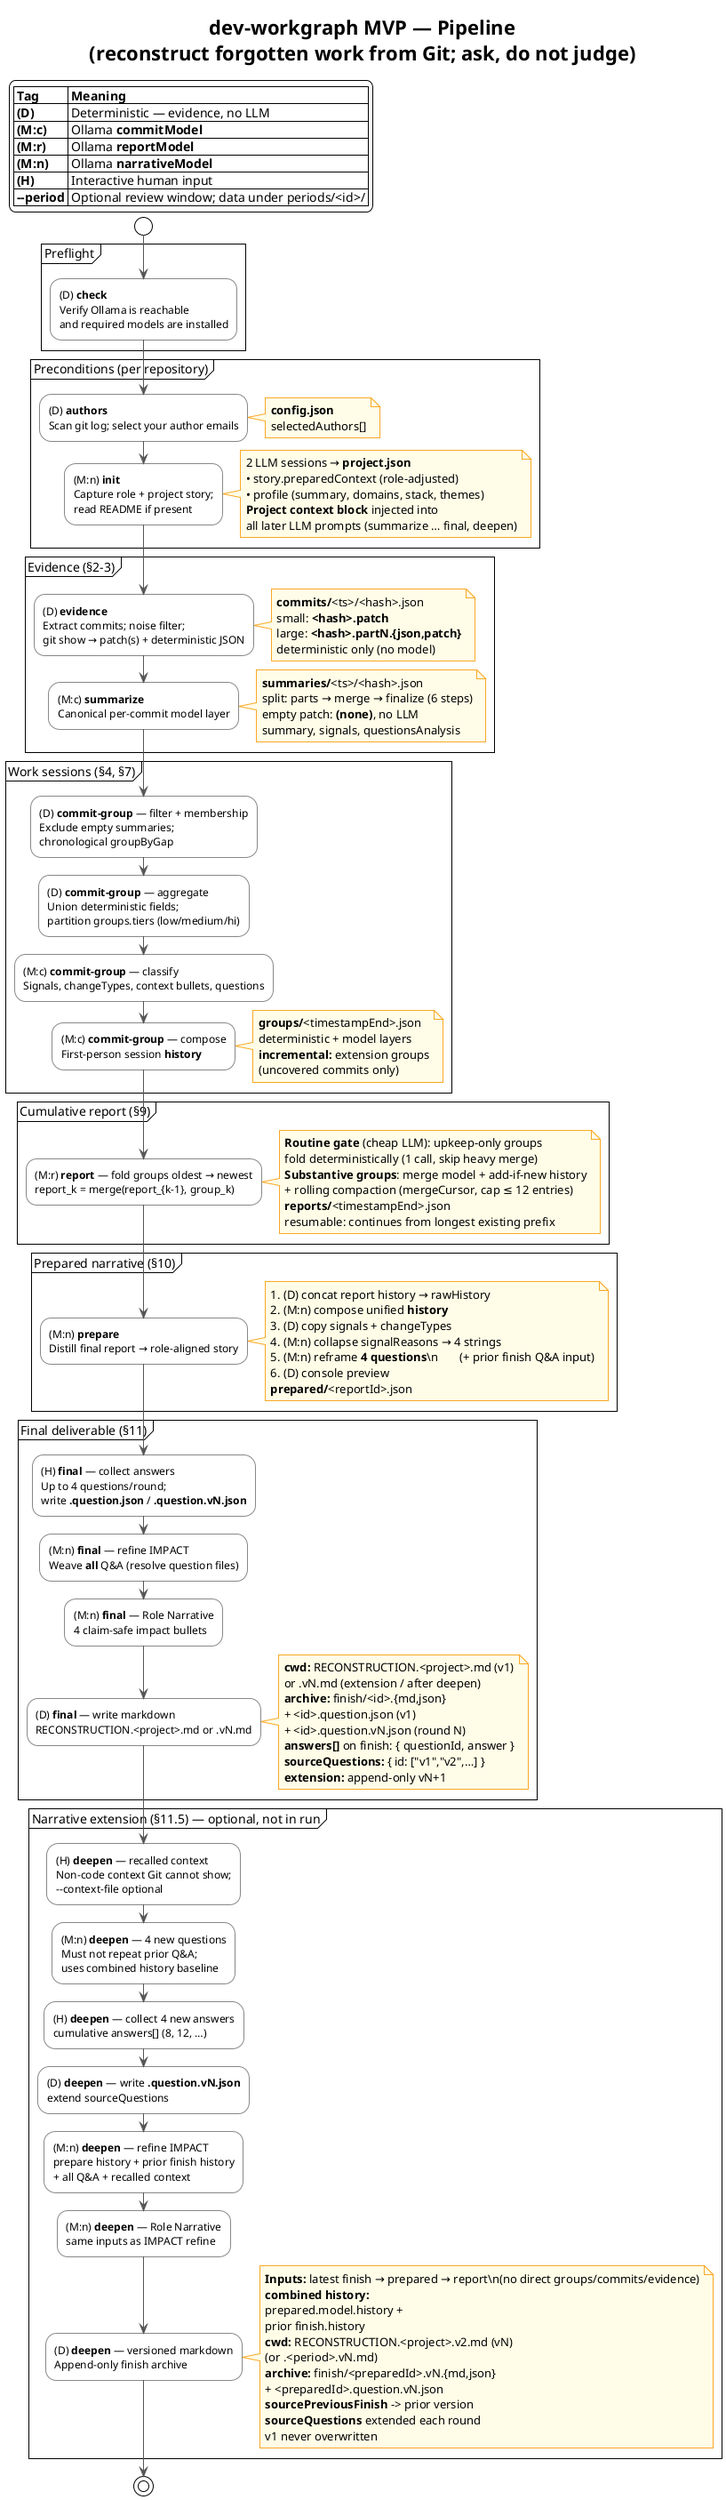
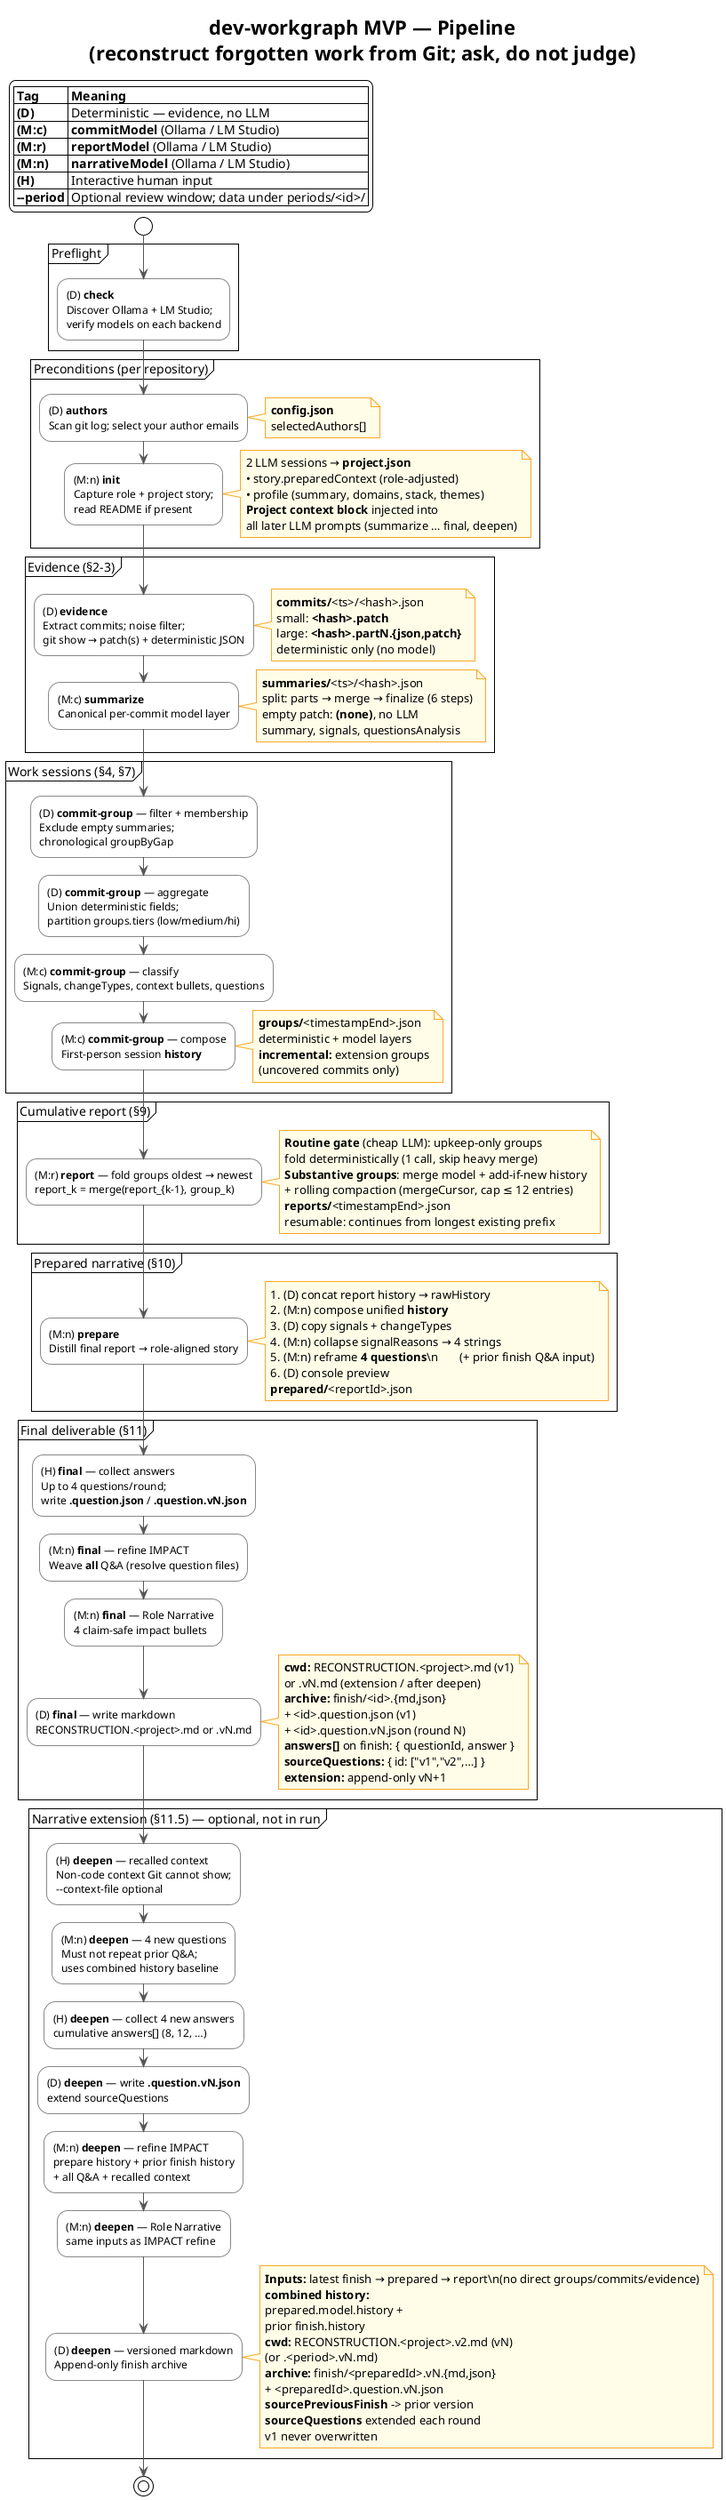
@startuml dev-workgraph-pipeline
!theme plain
skinparam shadowing false
skinparam ArrowColor #555555
skinparam ActivityBorderColor #888888
skinparam NoteBackgroundColor #FFFDE7
skinparam NoteBorderColor #F9A825

title dev-workgraph MVP — Pipeline\n(reconstruct forgotten work from Git; ask, do not judge)

legend top left
  |= Tag |= Meaning |
  | **(D)** | Deterministic — evidence, no LLM |
-   | **(M:c)** | Ollama **commitModel** |
-   | **(M:r)** | Ollama **reportModel** |
-   | **(M:n)** | Ollama **narrativeModel** |
+   | **(M:c)** | **commitModel** (Ollama / LM Studio) |
+   | **(M:r)** | **reportModel** (Ollama / LM Studio) |
+   | **(M:n)** | **narrativeModel** (Ollama / LM Studio) |
  | **(H)** | Interactive human input |
  | **--period** | Optional review window; data under periods/<id>/ |
endlegend

start

partition "Preflight" {
-   :(D) **check**\nVerify Ollama is reachable\nand required models are installed;
+   :(D) **check**\nDiscover Ollama + LM Studio;\nverify models on each backend;
}

partition "Preconditions (per repository)" {
  :(D) **authors**\nScan git log; select your author emails;
  note right
    **config.json**
    selectedAuthors[]
  end note

  :(M:n) **init**\nCapture role + project story;\nread README if present;
  note right
    2 LLM sessions → **project.json**
    • story.preparedContext (role-adjusted)
    • profile (summary, domains, stack, themes)
    **Project context block** injected into
    all later LLM prompts (summarize … final, deepen)
  end note
}

partition "Evidence (§2–3)" {
  :(D) **evidence**\nExtract commits; noise filter;\ngit show → patch(s) + deterministic JSON;
  note right
    **commits/**<ts>/<hash>.json
    small: **<hash>.patch**
    large: **<hash>.partN.{json,patch}**
    deterministic only (no model)
  end note

  :(M:c) **summarize**\nCanonical per-commit model layer;
  note right
    **summaries/**<ts>/<hash>.json
    split: parts → merge → finalize (6 steps)
    empty patch: **(none)**, no LLM
    summary, signals, questionsAnalysis
  end note
}

partition "Work sessions (§4, §7)" {
  :(D) **commit-group** — filter + membership\nExclude empty summaries;\nchronological groupByGap;
  :(D) **commit-group** — aggregate\nUnion deterministic fields;\npartition groups.tiers (low/medium/hi);
  :(M:c) **commit-group** — classify\nSignals, changeTypes, context bullets, questions;
  :(M:c) **commit-group** — compose\nFirst-person session **history**;
  note right
    **groups/**<timestampEnd>.json
    deterministic + model layers
    **incremental:** extension groups
    (uncovered commits only)
  end note
}

partition "Cumulative report (§9)" {
  :(M:r) **report** — fold groups oldest → newest\nreport_k = merge(report_{k-1}, group_k);
  note right
    **Routine gate** (cheap LLM): upkeep-only groups
    fold deterministically (1 call, skip heavy merge)
    **Substantive groups**: merge model + add-if-new history
    + rolling compaction (mergeCursor, cap ≤ 12 entries)
    **reports/**<timestampEnd>.json
    resumable: continues from longest existing prefix
  end note
}

partition "Prepared narrative (§10)" {
  :(M:n) **prepare**\nDistill final report → role-aligned story;
  note right
    1. (D) concat report history → rawHistory
    2. (M:n) compose unified **history**
    3. (D) copy signals + changeTypes
    4. (M:n) collapse signalReasons → 4 strings
    5. (M:n) reframe **4 questions**\n       (+ prior finish Q&A input)
    6. (D) console preview
    **prepared/**<reportId>.json
  end note
}

partition "Final deliverable (§11)" {
  :(H) **final** — collect answers\nUp to 4 questions/round;\nwrite **.question.json** / **.question.vN.json**;
  :(M:n) **final** — refine IMPACT\nWeave **all** Q&A (resolve question files);
  :(M:n) **final** — Role Narrative\n4 claim-safe impact bullets;
  :(D) **final** — write markdown\nRECONSTRUCTION.<project>.md or .vN.md;
  note right
    **cwd:** RECONSTRUCTION.<project>.md (v1)
    or .vN.md (extension / after deepen)
    **archive:** finish/<id>.{md,json}
    + <id>.question.json (v1)
    + <id>.question.vN.json (round N)
    **answers[]** on finish: { questionId, answer }
    **sourceQuestions:** { id: ["v1","v2",…] }
    **extension:** append-only vN+1
  end note
}

partition "Narrative extension (§11.5) — optional, not in run" {
  :(H) **deepen** — recalled context\nNon-code context Git cannot show;\n--context-file optional;
  :(M:n) **deepen** — 4 new questions\nMust not repeat prior Q&A;\nuses combined history baseline;
  :(H) **deepen** — collect 4 new answers\ncumulative answers[] (8, 12, …);
  :(D) **deepen** — write **.question.vN.json**\nextend sourceQuestions;
  :(M:n) **deepen** — refine IMPACT\nprepare history + prior finish history\n+ all Q&A + recalled context;
  :(M:n) **deepen** — Role Narrative\nsame inputs as IMPACT refine;
  :(D) **deepen** — versioned markdown\nAppend-only finish archive;
  note right
    **Inputs:** latest finish → prepared → report\n(no direct groups/commits/evidence)
    **combined history:**
    prepared.model.history +
    prior finish.history
    **cwd:** RECONSTRUCTION.<project>.v2.md (vN)
    (or .<period>.vN.md)
    **archive:** finish/<preparedId>.vN.{md,json}
    + <preparedId>.question.vN.json
    **sourcePreviousFinish** -> prior version
    **sourceQuestions** extended each round
    v1 never overwritten
  end note
}

stop

@enduml


@startuml dev-workgraph-run-orchestrator
!theme plain
skinparam shadowing false

title dev-workgraph — **run** / **run:period** orchestrator

participant "CLI" as CLI
participant "check" as CHECK
participant "init" as INIT
participant "evidence" as EVID
participant "summarize" as SUM
participant "commit-group" as CG
participant "report" as REP
participant "prepare" as PRE
participant "final" as FIN
participant "Human" as H

- CLI -> CHECK : preflight (abort if Ollama not ready)
+ CLI -> CHECK : preflight (abort if no LLM backend ready)
CLI -> CLI : gather upfront inputs\n(3 models, role+story, authors, group thresholds)\nonly if not already saved

alt run:period / --period <id>
  CLI -> CLI : scope all stages to periods/<id>/\ncommits filtered to [from, to)
end

CLI -> INIT : init [--period]
CLI -> EVID : evidence [--period]
CLI -> SUM : summarize [--period]
CLI -> CG : commit-group [--period]
CLI -> REP : report [--period]
CLI -> PRE : prepare [--period]

note over INIT, PRE
  Unattended stages skip work already done
  (append-only / extension groups / resumable report)
end note

CLI -> FIN : final [--period]
alt extension mode (new prepared + prior finish)
  FIN -> H : up to 4 **new** questions
  H --> FIN : new answers (merged with prior Q&A)
  FIN -> CLI : RECONSTRUCTION.<project>.vN.md + finish vN+1
else first run
  FIN -> H : 4 prepared questions
  H --> FIN : answers
  FIN -> CLI : RECONSTRUCTION.<project>.md + finish v1
end

note over FIN
  **deepen** (§11.5) is **not** part of run —
  run separately after final when the user
  remembers more non-code context
end note

@enduml


@startuml dev-workgraph-deepen
!theme plain
skinparam shadowing false

title dev-workgraph — **deepen** / **deepen --period** (§11.5)\nExtend latest finish; append-only versioning

participant "CLI" as CLI
database "finish/ (latest vN)" as FIN
database "prepared/" as PREP
database "project.json" as PJ
participant "deepen" as DEP
participant "Human" as H
- participant "Ollama\nnarrativeModel" as LLM
+ participant "LLM\nnarrativeModel\nOllama | LM Studio" as LLM
database "finish/ vN+1" as FIN2
database "cwd RECONSTRUCTION.*.vN+1.md" as MD

CLI -> DEP : deepen ./repo [--period]

DEP -> FIN : latestFinish() — highest version
DEP -> PREP : via sourcePrepared
DEP -> PJ : project context block

DEP -> H : recalled context (editor)\n--context-file optional
H --> DEP : non-code context

DEP -> DEP : combine history\nprepare.model.history +\nprior finish.history

DEP -> LLM : 4 new follow-up questions\n(prior Q&A + recalled context)
LLM --> DEP : newQuestions x4

DEP -> H : 4 new questions (interactive)\n--answers-file optional
H --> DEP : new answers

DEP -> DEP : write <id>.question.vN.json\nextend sourceQuestions
DEP -> DEP : allQa = prior answers + new\n(resolve question files)

DEP -> LLM : refine IMPACT\n(combined history + allQa + recalled)
LLM --> DEP : impactHistory

DEP -> LLM : Role Narrative x4\n(impactHistory + signalReasons + allQa)
LLM --> DEP : narrative x4

DEP -> MD : RECONSTRUCTION.<project>.vN+1.md
DEP -> FIN2 : finish/<preparedId>.vN+1.{md,json}\n+ .question.vN+1.json\nsourcePreviousFinish, recalledContext,\ncumulative answers[], sourceQuestions

note over FIN, FIN2
  Never overwrites v1 or prior versions.
  Skip if next version file already exists.
end note

@enduml


@startuml dev-workgraph-data-layout
!theme plain
skinparam shadowing false
skinparam componentStyle rectangle

title dev-workgraph — On-disk data layout (~/.workgraph)

package "config.json (outside data dir)" {
  [repos.<abs-path>.role]
  [repos.<abs-path>.selectedAuthors]
  [repos.<abs-path>.groupThresholdDays]
  [repos.<abs-path>.groupMaxCommits]
  [repos.<abs-path>.periods.<id> {from, to}]
-   [ollama.commitModel / reportModel / narrativeModel]
+   [llm.commit / report / narrative\n{provider, baseUrl, model}]
}

folder "data/repos/<repo-id>/" as REPO {
  file "project.json" as PJ
  folder "commits/<ts>/" as COMM {
    file "<hash>.json\n(evidence manifest)"
    file "<hash>.patch\n(or .partN.*)"
  }
  folder "summaries/<ts>/" as SUMM {
    file "<hash>.json\n(canonical model)"
    file "<hash>.partN.json\n(split audit)"
    file "<hash>.merge.json\n(split audit)"
  }
  folder "groups/" as GRP {
    file "<timestampEnd>.json"
  }
  folder "reports/" as RPT {
    file "<timestampEnd>.json"
  }
  folder "prepared/" as PREP {
    file "<reportId>.json\n(questionsAnalyses only)"
  }
  folder "finish/" as FIN {
    file "<id>.md + .json\n(version 1, from final)"
    file "<id>.question.json\n(v1 question text)"
    file "<id>.v2.md + .v2.json\n(deepen / extension)"
    file "<id>.question.v2.json\n(v2 questions)"
    file "<id>.vN…"
  }
  folder "periods/<period>/" as PER {
    note bottom
      Mirrors repo layout:
      project.json, commits/, groups/,
      reports/, prepared/, finish/
    end note
  }
}

PJ --> COMM : project context for LLM
COMM --> SUMM : evidence → summarize
SUMM --> GRP : canonical summaries
GRP --> RPT : fold chain
RPT --> PREP : latest report
PREP --> FIN : prepared narrative\n(answers on finish only)
FIN --> FIN : deepen or extension final\n-> v2, v3, … (sourcePreviousFinish)

note bottom of REPO
  **export** bundles data/repos/<repo-id>/ + config entry → .tar.gz
  **import** restores bundle; **export/import** are data-only (no LLM)
end note

@enduml


@startuml dev-workgraph-evidence-principle
!theme plain
skinparam shadowing false

title dev-workgraph — Evidence vs interpretation vs missing context (§15)

rectangle "Human-provided (starting context)" #E3F2FD {
  card "project story (raw)" as RAW
  card "prepared story context" as PREP
  card "project profile" as PROF
  card "recalled context\n(deepen, §11.5)" as REC
}

rectangle "Evidence (trustworthy)" #E8F5E9 {
  card "commits + patches" as PATCH
  card "deterministic JSON\n(files, churn, areas, tiers)" as DET
}

rectangle "Interpretation (may be wrong;\nmust cite signal reasons)" #FFF3E0 {
  card "commit / group / report\nmodel summaries & signals" as MOD
  card "prepared narrative\n+ Role Narrative bullets" as NAR
}

rectangle "Primary product" #FCE4EC {
  card "**questions** -> finish/*.question.json\n+ human **answers** on finish archive" as Q
  card "**RECONSTRUCTION.<project>.md**" as OUT
  card "**RECONSTRUCTION.<project>.vN.md**\n(deepen, append-only)" as OUTV
}

RAW --> PREP
RAW --> PROF
PATCH --> DET
DET --> MOD
MOD --> NAR
MOD --> Q
Q --> OUT
REC --> Q : deepen: 4 new Q\n+ cumulative answers
REC --> NAR
Q --> OUTV : deepen / extension final\nrefines IMPACT + Role Narrative
PREP --> MOD
PROF --> MOD
NAR --> OUT
NAR --> OUTV

note bottom of OUT
  Never overclaim impact, ownership, or production usage.
  System reconstructs **what** changed and **where**;
  human confirms **why** and **whether it mattered**.
  **deepen** and **extension final** share the same vN chain.
end note

@enduml
